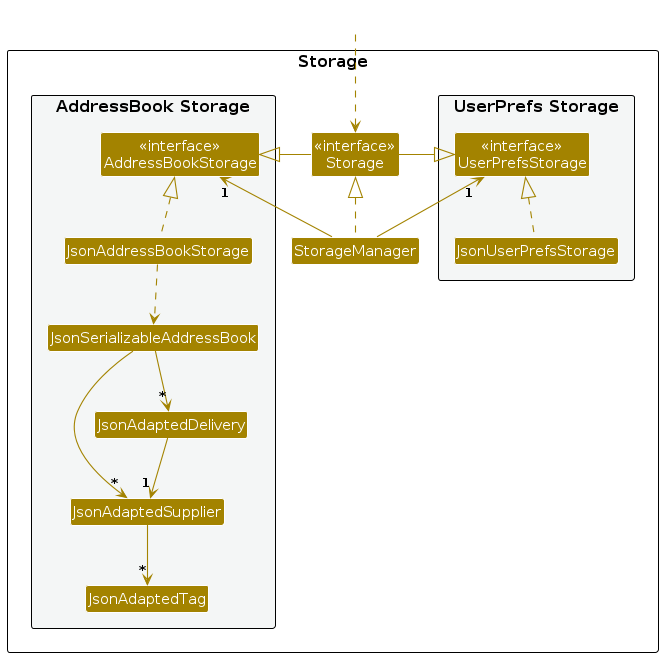
prave1n/VendorVault keeps this PlantUML diagram as diagrams/StorageClassDiagram.png. Above is the earlier version. Its source is kept beside it as diagrams/StorageClassDiagram.puml.
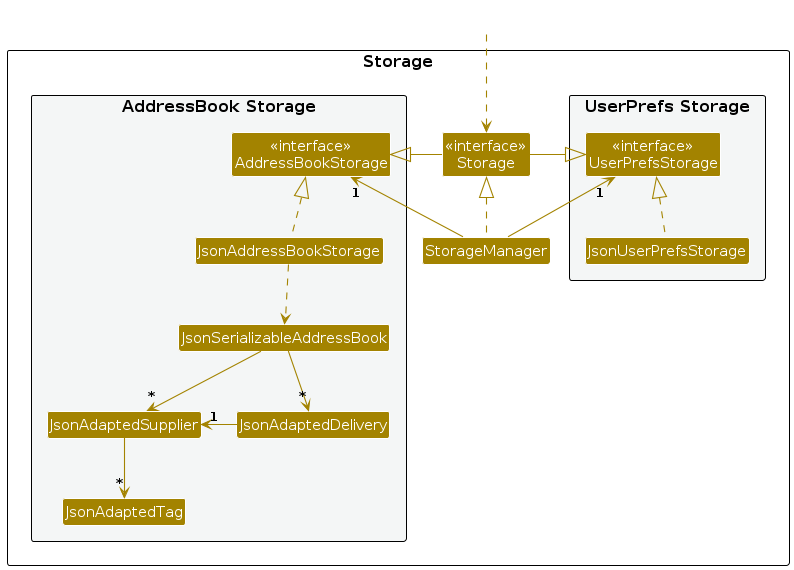
Above is the later version.

Diff of the diagram source:
```diff
@@ -40,7 +40,7 @@
 JsonAddressBookStorage ..> JsonSerializableAddressBook
 JsonSerializableAddressBook --> "*" JsonAdaptedSupplier
 JsonSerializableAddressBook --> "*" JsonAdaptedDelivery
-JsonAdaptedDelivery --> "1" JsonAdaptedSupplier
+JsonAdaptedDelivery -left-> "1" JsonAdaptedSupplier
 JsonAdaptedSupplier --> "*" JsonAdaptedTag
 
 @enduml
```
